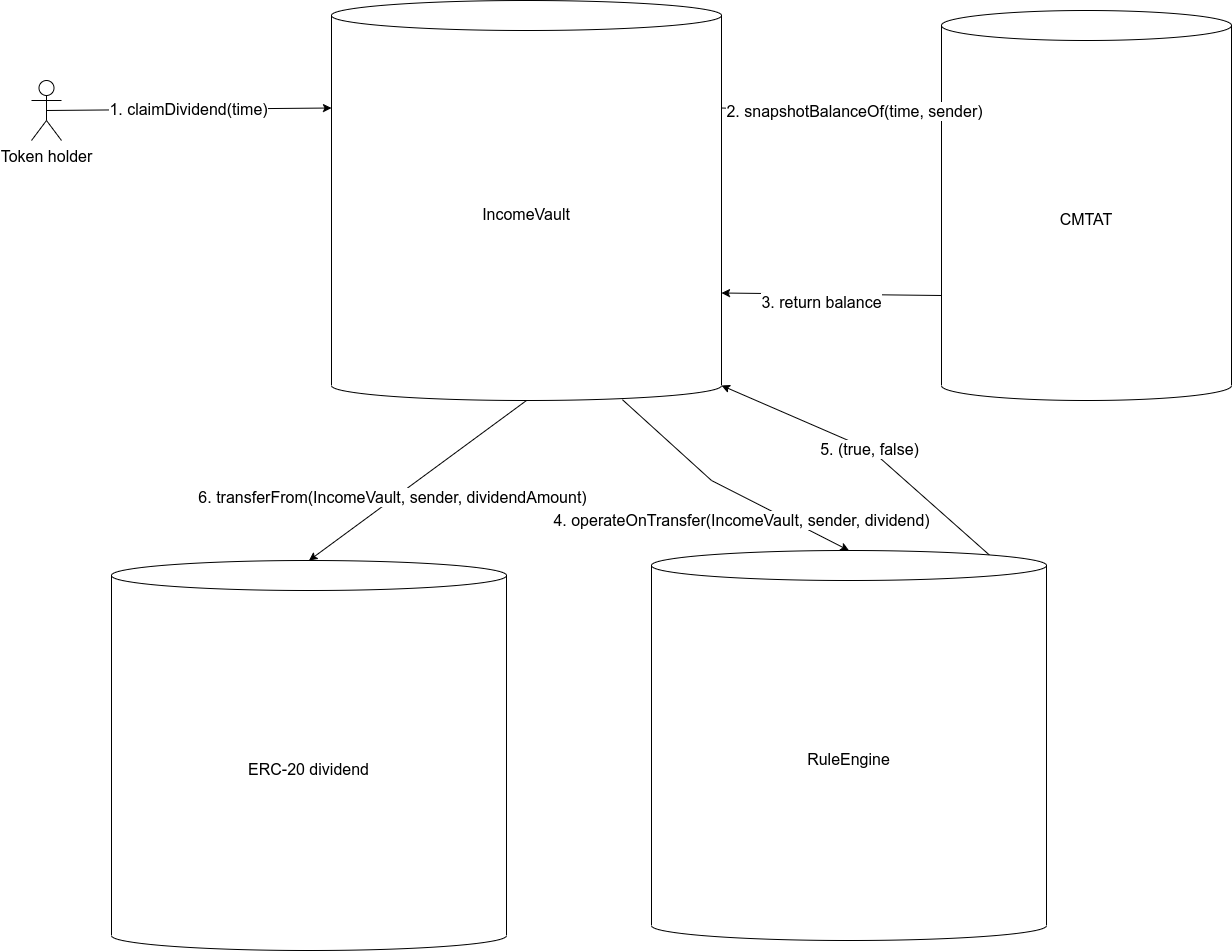
Earlier version of the draw.io export doc/schema/drawio/IncomeVault-RuleEngine.drawio.png (CMTA/IncomeVault). Source tidied: cells renumbered, new cells last; positions are measured from the earlier drawing's top-left corner, leaving out a move shared by most shapes.
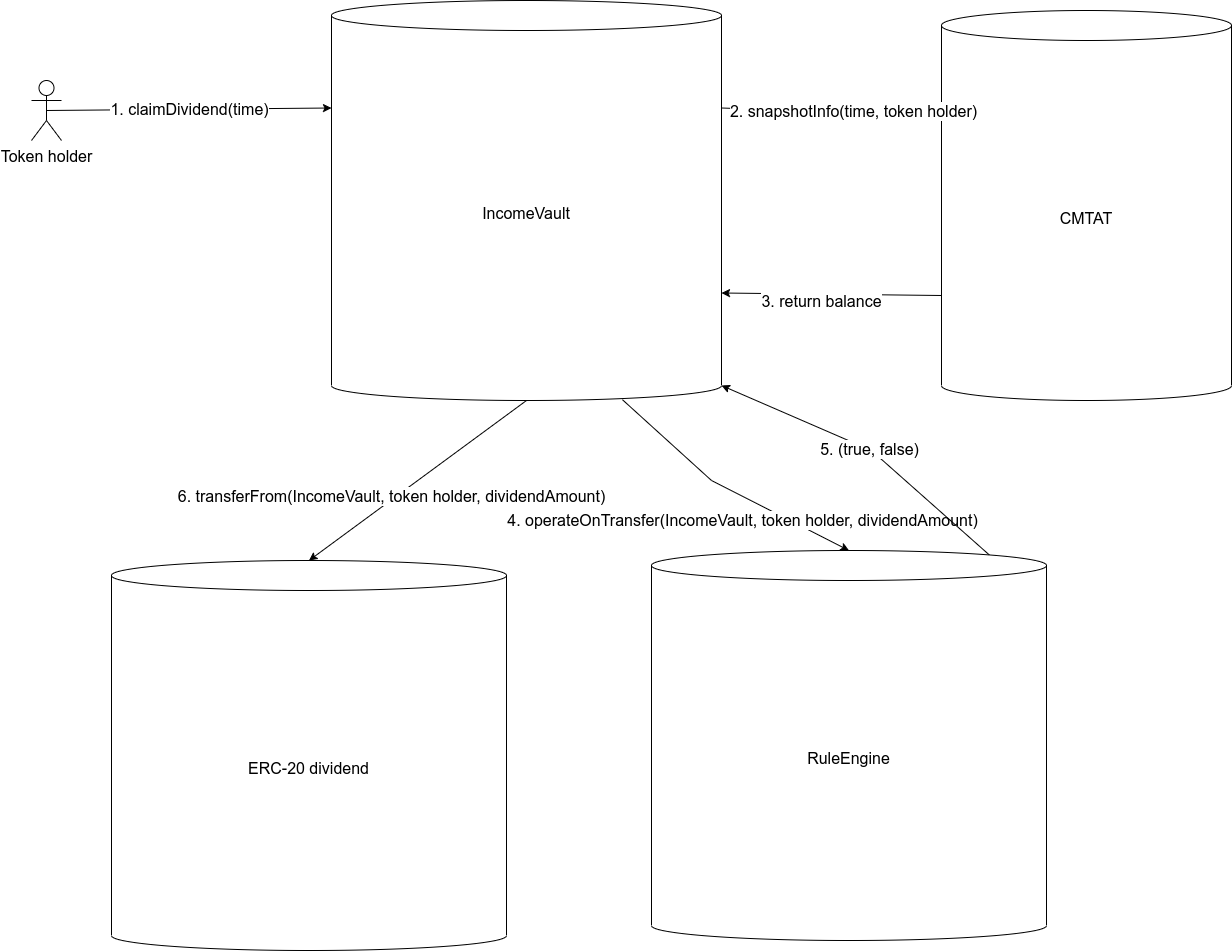
The same diagram one commit later.

The edit, as a diff of the source:
```diff
@@ -11,7 +11,7 @@
     <mxCell id="4" style="endArrow=classic;html=1;rounded=0;fontSize=16;exitX=1;exitY=0;exitDx=0;exitDy=107.5;exitPerimeter=0;entryX=0;entryY=0;entryDx=0;entryDy=105;entryPerimeter=0;" parent="1" edge="1" source="3" target="2">
       <mxGeometry relative="1" as="geometry" />
     </mxCell>
-    <mxCell id="5" value="2. snapshotBalanceOf(time, sender)" style="edgeLabel;html=1;align=center;verticalAlign=middle;fontSize=16;" parent="4" vertex="1">
+    <mxCell id="5" value="2. snapshotInfo(time, token holder)" style="edgeLabel;html=1;align=center;verticalAlign=middle;fontSize=16;" parent="4" vertex="1">
       <mxGeometry x="0.18" y="2" relative="1" as="geometry">
         <mxPoint x="1" as="offset" />
       </mxGeometry>
@@ -33,7 +33,7 @@
     <mxCell id="10" value="RuleEngine" style="shape=cylinder3;whiteSpace=wrap;html=1;boundedLbl=1;backgroundOutline=1;size=15;fontSize=16;" parent="1" vertex="1">
       <mxGeometry x="620" y="550" width="395" height="390" as="geometry" />
     </mxCell>
-    <mxCell id="11" value="4. operateOnTransfer(IncomeVault, sender, dividend)" style="endArrow=classic;html=1;rounded=0;fontSize=16;entryX=0.5;entryY=0;entryDx=0;entryDy=0;entryPerimeter=0;exitX=0.746;exitY=0.998;exitDx=0;exitDy=0;exitPerimeter=0;" parent="1" edge="1" source="3" target="10">
+    <mxCell id="11" value="4. operateOnTransfer(IncomeVault, token holder, dividendAmount)" style="endArrow=classic;html=1;rounded=0;fontSize=16;entryX=0.5;entryY=0;entryDx=0;entryDy=0;entryPerimeter=0;exitX=0.746;exitY=0.998;exitDx=0;exitDy=0;exitPerimeter=0;" parent="1" edge="1" source="3" target="10">
       <mxGeometry x="0.2" y="-22" relative="1" as="geometry">
         <Array as="points">
           <mxPoint x="680" y="480" />
@@ -53,7 +53,7 @@
     <mxCell id="14" style="endArrow=classic;html=1;rounded=0;fontSize=16;exitX=0.5;exitY=1;exitDx=0;exitDy=0;exitPerimeter=0;entryX=0.5;entryY=0;entryDx=0;entryDy=0;entryPerimeter=0;" parent="1" edge="1" source="3" target="13">
       <mxGeometry relative="1" as="geometry" />
     </mxCell>
-    <mxCell id="15" value="6. transferFrom(IncomeVault, sender, dividendAmount)" style="edgeLabel;html=1;align=center;verticalAlign=middle;fontSize=16;" parent="14" vertex="1">
+    <mxCell id="15" value="6. transferFrom(IncomeVault, token holder, dividendAmount)" style="edgeLabel;html=1;align=center;verticalAlign=middle;fontSize=16;" parent="14" vertex="1">
       <mxGeometry x="0.23" y="-3" relative="1" as="geometry" />
     </mxCell>
   </root>
```
